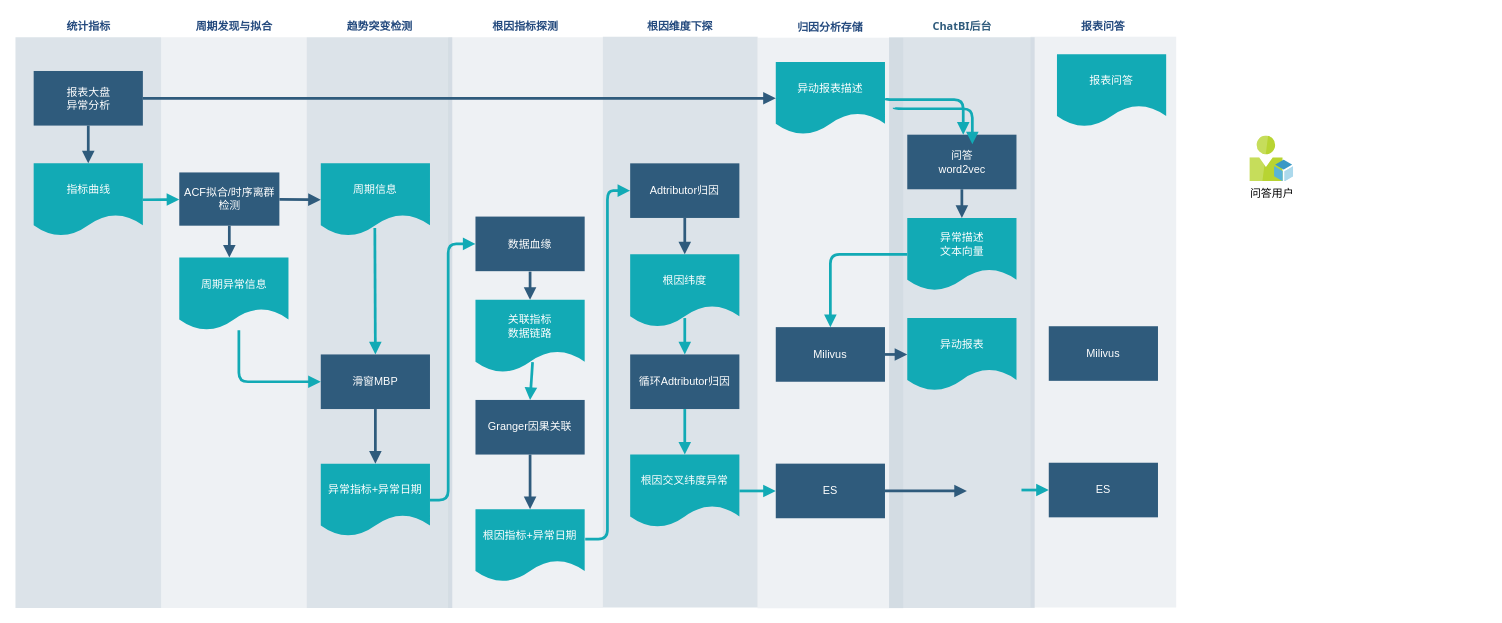
This is try.drawio from DeeeFOX/webcrawler, a draw.io file, before an edit. Source tidied: cells renumbered, new cells numbered last; positions are measured from the earlier drawing's top-left corner, leaving out a move shared by most shapes. Both pictures are drawn from the tidied source at 91%, with x=0, y=0 at pixel (15, 15).
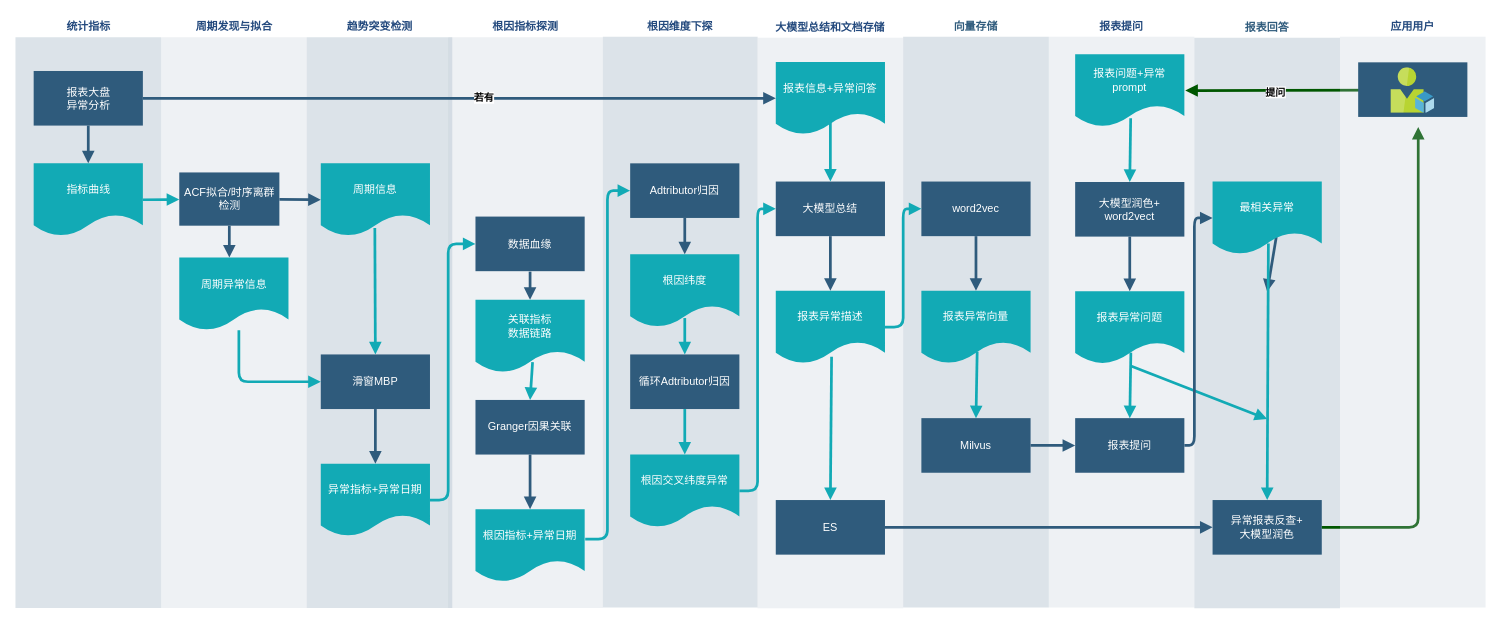
Above is the later version.

Unchanged cells that the change refers to:
```xml
<mxCell id="3" value="报表大盘&lt;div&gt;异常分析&lt;/div&gt;" style="whiteSpace=wrap;shadow=0;fontColor=#FFFFFF;fontFamily=Helvetica;fontStyle=0;html=1;fontSize=12;plain-purple;strokeColor=none;fillColor=#2f5b7c;gradientColor=none;spacing=6;verticalAlign=middle;" parent="2" vertex="1">
  <mxGeometry x="20" y="60" width="120" height="60" as="geometry" />
</mxCell>
<mxCell id="4" value="指标曲线" style="shape=document;whiteSpace=wrap;verticalAlign=middle;strokeColor=none;fillColor=#12aab5;shadow=0;fontColor=#FFFFFF;fontFamily=Helvetica;fontStyle=0;html=1;fontSize=12;spacing=6;spacingBottom=22;" parent="2" vertex="1">
  <mxGeometry x="20" y="161.5" width="120" height="80" as="geometry" />
</mxCell>
<mxCell id="13" value="根因交叉纬度异常" style="shape=document;whiteSpace=wrap;strokeColor=none;fillColor=#12aab5;shadow=0;fontColor=#FFFFFF;fontFamily=Helvetica;fontStyle=0;html=1;fontSize=12;verticalAlign=middle;spacing=6;spacingBottom=22;" parent="10" vertex="1">
  <mxGeometry x="30" y="482" width="120" height="80" as="geometry" />
</mxCell>
<mxCell id="19" value="ACF拟合/时序离群检测" style="whiteSpace=wrap;shadow=0;fontColor=#FFFFFF;fontFamily=Helvetica;fontStyle=0;html=1;fontSize=12;plain-purple;strokeColor=none;fillColor=#2f5b7c;gradientColor=none;spacing=6;verticalAlign=middle;" parent="18" vertex="1">
  <mxGeometry x="20" y="171.5" width="110" height="58.5" as="geometry" />
</mxCell>
```

Diff of the diagram source:
```diff
@@
-    <mxCell id="6" value="&lt;font color=&quot;#23497d&quot;&gt;归因分析存储&lt;/font&gt;" style="swimlane;whiteSpace=wrap;fillColor=none;swimlaneFillColor=#BAC8D3;fontColor=#2F5B7C;fontFamily=Tahoma;html=1;strokeColor=none;opacity=25;" parent="1" vertex="1">
+    <mxCell id="6" value="&lt;font color=&quot;#23497d&quot;&gt;大模型总结和文档存储&lt;/font&gt;" style="swimlane;whiteSpace=wrap;fillColor=none;swimlaneFillColor=#BAC8D3;fontColor=#2F5B7C;fontFamily=Tahoma;html=1;strokeColor=none;opacity=25;" parent="1" vertex="1">
       <mxGeometry x="816" y="1" width="160" height="650" as="geometry" />
     </mxCell>
-    <mxCell id="7" value="ES" style="whiteSpace=wrap;strokeColor=none;fillColor=#2f5b7c;shadow=0;fontColor=#FFFFFF;fontFamily=Helvetica;fontStyle=0;html=1;fontSize=12;spacing=6;verticalAlign=middle;" parent="6" vertex="1">
-      <mxGeometry x="20" y="491" width="120" height="60" as="geometry" />
-    </mxCell>
-    <mxCell id="8" value="Milivus" style="whiteSpace=wrap;strokeColor=none;fillColor=#2f5b7c;shadow=0;fontColor=#FFFFFF;fontFamily=Helvetica;fontStyle=0;html=1;fontSize=12;spacing=6;verticalAlign=middle;" parent="6" vertex="1">
-      <mxGeometry x="20" y="341" width="120" height="60" as="geometry" />
+    <mxCell id="8" value="ES" style="whiteSpace=wrap;strokeColor=none;fillColor=#2f5b7c;shadow=0;fontColor=#FFFFFF;fontFamily=Helvetica;fontStyle=0;html=1;fontSize=12;spacing=6;verticalAlign=middle;" parent="6" vertex="1">
+      <mxGeometry x="20" y="531" width="120" height="60" as="geometry" />
     </mxCell>
+    <mxCell id="37" value="大模型总结" style="whiteSpace=wrap;strokeColor=none;fillColor=#2f5b7c;shadow=0;fontColor=#FFFFFF;fontFamily=Helvetica;fontStyle=0;html=1;fontSize=12;spacing=6;verticalAlign=middle;" parent="6" vertex="1">
+      <mxGeometry x="20" y="181" width="120" height="60" as="geometry" />
+    </mxCell>
-    <mxCell id="9" value="异动报表描述" style="shape=document;whiteSpace=wrap;verticalAlign=middle;strokeColor=none;fillColor=#12aab5;shadow=0;fontColor=#FFFFFF;fontFamily=Helvetica;fontStyle=0;html=1;fontSize=12;spacing=6;spacingBottom=22;" parent="6" vertex="1">
+    <mxCell id="9" value="报表信息+异常问答" style="shape=document;whiteSpace=wrap;verticalAlign=middle;strokeColor=none;fillColor=#12aab5;shadow=0;fontColor=#FFFFFF;fontFamily=Helvetica;fontStyle=0;html=1;fontSize=12;spacing=6;spacingBottom=22;" parent="6" vertex="1">
       <mxGeometry x="20" y="49.5" width="120" height="80" as="geometry" />
     </mxCell>
+    <mxCell id="46" style="strokeColor=#12AAB5;strokeWidth=3;html=1;endArrow=block;endFill=1;" parent="6" edge="1" target="37">
+      <mxGeometry x="124.5" y="89.5" as="geometry">
+        <mxPoint x="80" y="111" as="sourcePoint" />
+      </mxGeometry>
+    </mxCell>
+    <mxCell id="39" value="报表异常描述" style="shape=document;whiteSpace=wrap;verticalAlign=middle;strokeColor=none;fillColor=#12aab5;shadow=0;fontColor=#FFFFFF;fontFamily=Helvetica;fontStyle=0;html=1;fontSize=12;spacing=6;spacingBottom=22;" parent="6" vertex="1">
+      <mxGeometry x="20" y="301" width="120" height="80" as="geometry" />
+    </mxCell>
+    <mxCell id="47" style="strokeColor=#12AAB5;strokeWidth=3;html=1;endArrow=block;endFill=1;exitX=0.511;exitY=0.906;exitDx=0;exitDy=0;entryX=0.5;entryY=0;entryDx=0;entryDy=0;exitPerimeter=0;" parent="6" edge="1" source="39" target="8">
+      <mxGeometry x="124.5" y="89.5" as="geometry" />
+    </mxCell>
+    <mxCell id="38" style="edgeStyle=segmentEdgeStyle;strokeColor=#2F5B7C;strokeWidth=3;html=1;endArrow=block;endFill=1;entryX=0.5;entryY=0;entryDx=0;entryDy=0;" parent="6" edge="1" source="37" target="39">
+      <mxGeometry relative="1" as="geometry" />
+    </mxCell>
@@
-    <mxCell id="36" value="ChatBI后台" style="swimlane;whiteSpace=wrap;fillColor=none;swimlaneFillColor=#BAC8D3;fontColor=#2F5B7C;fontFamily=Tahoma;html=1;strokeColor=none;opacity=50;" parent="1" vertex="1">
-      <mxGeometry x="960.5" y="0.5" width="160" height="650" as="geometry" />
+    <mxCell id="36" value="向量存储" style="swimlane;whiteSpace=wrap;fillColor=none;swimlaneFillColor=#BAC8D3;fontColor=#2F5B7C;fontFamily=Tahoma;html=1;strokeColor=none;opacity=50;" parent="1" vertex="1">
+      <mxGeometry x="976" width="160" height="650" as="geometry" />
     </mxCell>
-    <mxCell id="37" value="问答&lt;div&gt;word2vec&lt;/div&gt;" style="whiteSpace=wrap;strokeColor=none;fillColor=#2f5b7c;shadow=0;fontColor=#FFFFFF;fontFamily=Helvetica;fontStyle=0;html=1;fontSize=12;spacing=6;verticalAlign=middle;" parent="36" vertex="1">
-      <mxGeometry x="20" y="130" width="120" height="60" as="geometry" />
-    </mxCell>
-    <mxCell id="38" style="edgeStyle=segmentEdgeStyle;strokeColor=#2F5B7C;strokeWidth=3;html=1;endArrow=block;endFill=1;entryX=0.5;entryY=0;entryDx=0;entryDy=0;" parent="36" edge="1" source="37" target="39">
-      <mxGeometry relative="1" as="geometry" />
-    </mxCell>
-    <mxCell id="39" value="异常描述&lt;div&gt;文本向量&lt;/div&gt;" style="shape=document;whiteSpace=wrap;verticalAlign=middle;strokeColor=none;fillColor=#12aab5;shadow=0;fontColor=#FFFFFF;fontFamily=Helvetica;fontStyle=0;html=1;fontSize=12;spacing=6;spacingBottom=22;" parent="36" vertex="1">
-      <mxGeometry x="20" y="221.5" width="120" height="80" as="geometry" />
-    </mxCell>
-    <mxCell id="40" value="异动报表" style="shape=document;whiteSpace=wrap;verticalAlign=middle;strokeColor=none;fillColor=#12aab5;shadow=0;fontColor=#FFFFFF;fontFamily=Helvetica;fontStyle=0;html=1;fontSize=12;spacing=6;spacingBottom=22;" parent="36" vertex="1">
-      <mxGeometry x="20" y="331.5" width="120" height="80" as="geometry" />
-    </mxCell>
+    <mxCell id="52" value="word2vec" style="whiteSpace=wrap;strokeColor=none;fillColor=#2f5b7c;shadow=0;fontColor=#FFFFFF;fontFamily=Helvetica;fontStyle=0;html=1;fontSize=12;spacing=6;verticalAlign=middle;" parent="36" vertex="1">
+      <mxGeometry x="20" y="182" width="120" height="60" as="geometry" />
+    </mxCell>
+    <mxCell id="59" value="报表异常向量" style="shape=document;whiteSpace=wrap;verticalAlign=middle;strokeColor=none;fillColor=#12aab5;shadow=0;fontColor=#FFFFFF;fontFamily=Helvetica;fontStyle=0;html=1;fontSize=12;spacing=6;spacingBottom=22;" parent="36" vertex="1">
+      <mxGeometry x="20" y="302" width="120" height="80" as="geometry" />
+    </mxCell>
+    <mxCell id="60" style="strokeColor=#2F5B7C;strokeWidth=3;html=1;endArrow=block;endFill=1;entryX=0.5;entryY=0;entryDx=0;entryDy=0;exitX=0.5;exitY=1;exitDx=0;exitDy=0;" parent="36" edge="1" source="52" target="59">
+      <mxGeometry relative="1" as="geometry" />
+    </mxCell>
+    <mxCell id="61" value="Milvus" style="whiteSpace=wrap;strokeColor=none;fillColor=#2f5b7c;shadow=0;fontColor=#FFFFFF;fontFamily=Helvetica;fontStyle=0;html=1;fontSize=12;spacing=6;verticalAlign=middle;" parent="36" vertex="1">
+      <mxGeometry x="20" y="442" width="120" height="60" as="geometry" />
+    </mxCell>
+    <mxCell id="62" style="strokeColor=#12AAB5;strokeWidth=3;html=1;endArrow=block;endFill=1;exitX=0.511;exitY=0.836;exitDx=0;exitDy=0;entryX=0.5;entryY=0;entryDx=0;entryDy=0;exitPerimeter=0;" parent="36" edge="1" source="59" target="61">
+      <mxGeometry x="-875.5" y="1.5" as="geometry" />
+    </mxCell>
@@
-    <mxCell id="45" style="strokeColor=#12AAB5;strokeWidth=3;html=1;endArrow=block;endFill=1;exitX=1;exitY=0.5;exitDx=0;exitDy=0;entryX=0;entryY=0.5;entryDx=0;entryDy=0;" parent="1" edge="1" source="13" target="7">
+    <mxCell id="45" style="strokeColor=#12AAB5;strokeWidth=3;html=1;endArrow=block;endFill=1;exitX=1;exitY=0.5;exitDx=0;exitDy=0;entryX=0;entryY=0.5;entryDx=0;entryDy=0;edgeStyle=orthogonalEdgeStyle;" parent="1" edge="1" source="13" target="37">
       <mxGeometry x="964.5" y="178.5" as="geometry" />
     </mxCell>
-    <mxCell id="46" style="edgeStyle=segmentEdgeStyle;strokeColor=#12AAB5;strokeWidth=3;html=1;endArrow=block;endFill=1;exitX=1;exitY=0.5;exitDx=0;exitDy=0;" parent="1" edge="1" source="9" target="37">
-      <mxGeometry x="964.5" y="178.5" as="geometry">
-        <Array as="points">
-          <mxPoint x="956" y="92" />
-          <mxPoint x="1042" y="92" />
-        </Array>
-      </mxGeometry>
-    </mxCell>
-    <mxCell id="47" style="strokeColor=#12AAB5;strokeWidth=3;html=1;endArrow=block;endFill=1;exitX=0;exitY=0.5;exitDx=0;exitDy=0;entryX=0.5;entryY=0;entryDx=0;entryDy=0;edgeStyle=orthogonalEdgeStyle;" parent="1" edge="1" source="39" target="8">
-      <mxGeometry x="964.5" y="178.5" as="geometry" />
-    </mxCell>
-    <mxCell id="48" style="strokeColor=#2F5B7C;strokeWidth=3;html=1;endArrow=block;endFill=1;exitX=1;exitY=0.5;exitDx=0;exitDy=0;" parent="1" edge="1" source="7">
-      <mxGeometry x="-355.5" y="131.5" as="geometry">
-        <mxPoint x="1046" y="522" as="targetPoint" />
-      </mxGeometry>
-    </mxCell>
-    <mxCell id="49" style="strokeColor=#2F5B7C;strokeWidth=3;html=1;endArrow=block;endFill=1;exitX=1;exitY=0.5;exitDx=0;exitDy=0;entryX=0;entryY=0.5;entryDx=0;entryDy=0;" parent="1" edge="1" source="8" target="40">
-      <mxGeometry x="-355.5" y="131.5" as="geometry" />
-    </mxCell>
-    <mxCell id="50" value="&lt;font color=&quot;#23497d&quot;&gt;报表问答&lt;/font&gt;" style="swimlane;whiteSpace=wrap;fillColor=none;swimlaneFillColor=#BAC8D3;fontColor=#2F5B7C;fontFamily=Tahoma;html=1;strokeColor=none;opacity=25;" parent="1" vertex="1">
-      <mxGeometry x="1116" width="160" height="650" as="geometry" />
+    <mxCell id="50" value="&lt;font color=&quot;#23497d&quot;&gt;报表提问&lt;/font&gt;" style="swimlane;whiteSpace=wrap;fillColor=none;swimlaneFillColor=#BAC8D3;fontColor=#2F5B7C;fontFamily=Tahoma;html=1;strokeColor=none;opacity=25;" parent="1" vertex="1">
+      <mxGeometry x="1136" width="160" height="650" as="geometry" />
     </mxCell>
-    <mxCell id="51" value="ES" style="whiteSpace=wrap;strokeColor=none;fillColor=#2f5b7c;shadow=0;fontColor=#FFFFFF;fontFamily=Helvetica;fontStyle=0;html=1;fontSize=12;spacing=6;verticalAlign=middle;" parent="50" vertex="1">
-      <mxGeometry x="20" y="491" width="120" height="60" as="geometry" />
-    </mxCell>
-    <mxCell id="52" value="Milivus" style="whiteSpace=wrap;strokeColor=none;fillColor=#2f5b7c;shadow=0;fontColor=#FFFFFF;fontFamily=Helvetica;fontStyle=0;html=1;fontSize=12;spacing=6;verticalAlign=middle;" parent="50" vertex="1">
-      <mxGeometry x="20" y="341" width="120" height="60" as="geometry" />
-    </mxCell>
-    <mxCell id="53" value="报表问答" style="shape=document;whiteSpace=wrap;verticalAlign=middle;strokeColor=none;fillColor=#12aab5;shadow=0;fontColor=#FFFFFF;fontFamily=Helvetica;fontStyle=0;html=1;fontSize=12;spacing=6;spacingBottom=22;" parent="50" vertex="1">
+    <mxCell id="53" value="报表问题+异常prompt" style="shape=document;whiteSpace=wrap;verticalAlign=middle;strokeColor=none;fillColor=#12aab5;shadow=0;fontColor=#FFFFFF;fontFamily=Helvetica;fontStyle=0;html=1;fontSize=12;spacing=6;spacingBottom=22;" parent="50" vertex="1">
       <mxGeometry x="29" y="42" width="120" height="80" as="geometry" />
     </mxCell>
-    <mxCell id="54" style="strokeColor=#12AAB5;strokeWidth=3;html=1;endArrow=block;endFill=1;exitX=1;exitY=0.5;exitDx=0;exitDy=0;entryX=0;entryY=0.5;entryDx=0;entryDy=0;" parent="1" edge="1" target="51">
-      <mxGeometry x="964.5" y="178.5" as="geometry">
-        <mxPoint x="1106" y="521" as="sourcePoint" />
-      </mxGeometry>
-    </mxCell>
+    <mxCell id="63" value="大模型润色+&lt;div&gt;word2vect&lt;/div&gt;" style="whiteSpace=wrap;strokeColor=none;fillColor=#2f5b7c;shadow=0;fontColor=#FFFFFF;fontFamily=Helvetica;fontStyle=0;html=1;fontSize=12;spacing=6;verticalAlign=middle;" parent="50" vertex="1">
+      <mxGeometry x="29" y="182.5" width="120" height="60" as="geometry" />
+    </mxCell>
+    <mxCell id="64" value="报表异常问题" style="shape=document;whiteSpace=wrap;verticalAlign=middle;strokeColor=none;fillColor=#12aab5;shadow=0;fontColor=#FFFFFF;fontFamily=Helvetica;fontStyle=0;html=1;fontSize=12;spacing=6;spacingBottom=22;" parent="50" vertex="1">
+      <mxGeometry x="29" y="302.5" width="120" height="80" as="geometry" />
+    </mxCell>
+    <mxCell id="65" style="strokeColor=#2F5B7C;strokeWidth=3;html=1;endArrow=block;endFill=1;entryX=0.5;entryY=0;entryDx=0;entryDy=0;exitX=0.5;exitY=1;exitDx=0;exitDy=0;" parent="50" edge="1" source="63" target="64">
+      <mxGeometry relative="1" as="geometry" />
+    </mxCell>
+    <mxCell id="66" value="报表提问" style="whiteSpace=wrap;strokeColor=none;fillColor=#2f5b7c;shadow=0;fontColor=#FFFFFF;fontFamily=Helvetica;fontStyle=0;html=1;fontSize=12;spacing=6;verticalAlign=middle;" parent="50" vertex="1">
+      <mxGeometry x="29" y="442" width="120" height="60" as="geometry" />
+    </mxCell>
+    <mxCell id="67" style="strokeColor=#12AAB5;strokeWidth=3;html=1;endArrow=block;endFill=1;exitX=0.51;exitY=0.844;exitDx=0;exitDy=0;entryX=0.5;entryY=0;entryDx=0;entryDy=0;exitPerimeter=0;" parent="50" edge="1" source="64" target="66">
+      <mxGeometry x="-2035.5" y="-86.5" as="geometry" />
+    </mxCell>
+    <mxCell id="57" style="strokeColor=#2F5B7C;strokeWidth=3;html=1;endArrow=block;endFill=1;entryX=0;entryY=0.5;entryDx=0;entryDy=0;" parent="1" edge="1" source="3" target="9">
+      <mxGeometry x="324.5" y="283.5" as="geometry" />
+    </mxCell>
+    <mxCell id="68" value="&lt;b&gt;若有&lt;/b&gt;" style="edgeLabel;html=1;align=center;verticalAlign=middle;" parent="57" vertex="1">
+      <mxGeometry relative="1" as="geometry">
+        <mxPoint x="26" y="-1" as="offset" />
+      </mxGeometry>
+    </mxCell>
+    <mxCell id="58" style="strokeColor=#12AAB5;strokeWidth=3;html=1;endArrow=block;endFill=1;exitX=1;exitY=0.5;exitDx=0;exitDy=0;" parent="1" edge="1" source="4" target="19">
+      <mxGeometry relative="1" as="geometry" />
+    </mxCell>
+    <mxCell id="69" style="strokeColor=#12AAB5;strokeWidth=3;html=1;endArrow=block;endFill=1;exitX=1;exitY=0.5;exitDx=0;exitDy=0;entryX=0;entryY=0.5;entryDx=0;entryDy=0;edgeStyle=orthogonalEdgeStyle;" parent="1" edge="1" source="39" target="52">
+      <mxGeometry x="124.5" y="89.5" as="geometry" />
+    </mxCell>
+    <mxCell id="70" style="strokeColor=#12AAB5;strokeWidth=3;html=1;endArrow=block;endFill=1;entryX=0.5;entryY=0;entryDx=0;entryDy=0;" parent="1" edge="1" target="63">
+      <mxGeometry x="124.5" y="89.5" as="geometry">
+        <mxPoint x="1226" y="112.5" as="sourcePoint" />
+      </mxGeometry>
+    </mxCell>
+    <mxCell id="71" value="报表回答" style="swimlane;whiteSpace=wrap;fillColor=none;swimlaneFillColor=#BAC8D3;fontColor=#2F5B7C;fontFamily=Tahoma;html=1;strokeColor=none;opacity=50;" parent="1" vertex="1">
+      <mxGeometry x="1296" y="1" width="160" height="650" as="geometry" />
+    </mxCell>
+    <mxCell id="72" style="strokeColor=#2F5B7C;strokeWidth=3;html=1;endArrow=block;endFill=1;entryX=0.5;entryY=0;entryDx=0;entryDy=0;exitX=0.5;exitY=1;exitDx=0;exitDy=0;" parent="71" edge="1">
+      <mxGeometry relative="1" as="geometry">
+        <mxPoint x="90" y="242" as="sourcePoint" />
+        <mxPoint x="80" y="302" as="targetPoint" />
+      </mxGeometry>
+    </mxCell>
+    <mxCell id="73" style="strokeColor=#12AAB5;strokeWidth=3;html=1;endArrow=block;endFill=1;exitX=0.511;exitY=0.836;exitDx=0;exitDy=0;entryX=0.5;entryY=0;entryDx=0;entryDy=0;exitPerimeter=0;" parent="71" edge="1">
+      <mxGeometry x="-875.5" y="1.5" as="geometry">
+        <mxPoint x="-69" y="384" as="sourcePoint" />
+        <mxPoint x="80" y="442" as="targetPoint" />
+      </mxGeometry>
+    </mxCell>
+    <mxCell id="74" value="最相关异常" style="shape=document;whiteSpace=wrap;verticalAlign=middle;strokeColor=none;fillColor=#12aab5;shadow=0;fontColor=#FFFFFF;fontFamily=Helvetica;fontStyle=0;html=1;fontSize=12;spacing=6;spacingBottom=22;" parent="71" vertex="1">
+      <mxGeometry x="20" y="181" width="120" height="80" as="geometry" />
+    </mxCell>
+    <mxCell id="75" value="异常报表反查+&lt;div&gt;大模型润色&lt;/div&gt;" style="whiteSpace=wrap;strokeColor=none;fillColor=#2f5b7c;shadow=0;fontColor=#FFFFFF;fontFamily=Helvetica;fontStyle=0;html=1;fontSize=12;spacing=6;verticalAlign=middle;" parent="71" vertex="1">
+      <mxGeometry x="20" y="531" width="120" height="60" as="geometry" />
+    </mxCell>
+    <mxCell id="76" style="strokeColor=#12AAB5;strokeWidth=3;html=1;endArrow=block;endFill=1;entryX=0.5;entryY=0;entryDx=0;entryDy=0;exitX=0.511;exitY=0.85;exitDx=0;exitDy=0;exitPerimeter=0;" parent="71" edge="1" source="74" target="75">
+      <mxGeometry x="-1195.5" y="0.5" as="geometry" />
+    </mxCell>
+    <mxCell id="77" style="strokeColor=#2F5B7C;strokeWidth=3;html=1;endArrow=block;endFill=1;exitX=1;exitY=0.5;exitDx=0;exitDy=0;" parent="1" edge="1" source="61" target="66">
+      <mxGeometry relative="1" as="geometry" />
+    </mxCell>
+    <mxCell id="78" style="strokeColor=#2F5B7C;strokeWidth=3;html=1;endArrow=block;endFill=1;entryX=0;entryY=0.5;entryDx=0;entryDy=0;exitX=1;exitY=0.5;exitDx=0;exitDy=0;edgeStyle=orthogonalEdgeStyle;" parent="1" edge="1" source="66" target="74">
+      <mxGeometry relative="1" as="geometry">
+        <Array as="points">
+          <mxPoint x="1296" y="472" />
+          <mxPoint x="1296" y="222" />
+        </Array>
+      </mxGeometry>
+    </mxCell>
+    <mxCell id="79" style="strokeColor=#2F5B7C;strokeWidth=3;html=1;endArrow=block;endFill=1;exitX=1;exitY=0.5;exitDx=0;exitDy=0;entryX=0;entryY=0.5;entryDx=0;entryDy=0;" parent="1" edge="1" source="8" target="75">
+      <mxGeometry relative="1" as="geometry" />
+    </mxCell>
+    <mxCell id="80" style="strokeColor=#005700;strokeWidth=3;html=1;endArrow=block;endFill=1;exitX=-0.019;exitY=0.493;exitDx=0;exitDy=0;exitPerimeter=0;fillColor=#008a00;" parent="1" edge="1" source="55">
+      <mxGeometry x="-1195.5" y="0.5" as="geometry">
+        <mxPoint x="1286" y="82" as="targetPoint" />
+      </mxGeometry>
+    </mxCell>
+    <mxCell id="81" value="&lt;b&gt;提问&lt;/b&gt;" style="edgeLabel;html=1;align=center;verticalAlign=middle;" parent="80" vertex="1">
+      <mxGeometry relative="1" as="geometry">
+        <mxPoint x="-14" y="2" as="offset" />
+      </mxGeometry>
+    </mxCell>
+    <mxCell id="82" style="strokeColor=#005700;strokeWidth=3;html=1;endArrow=block;endFill=1;exitX=1;exitY=0.5;exitDx=0;exitDy=0;entryX=0.625;entryY=1.3;entryDx=0;entryDy=0;entryPerimeter=0;edgeStyle=orthogonalEdgeStyle;fillColor=#008a00;" parent="1" edge="1" source="75" target="55">
+      <mxGeometry relative="1" as="geometry" />
+    </mxCell>
+    <mxCell id="83" value="&lt;font color=&quot;#23497d&quot;&gt;应用用户&lt;/font&gt;" style="swimlane;whiteSpace=wrap;fillColor=none;swimlaneFillColor=#BAC8D3;fontColor=#2F5B7C;fontFamily=Tahoma;html=1;strokeColor=none;opacity=25;" parent="1" vertex="1">
+      <mxGeometry x="1456" width="160" height="650" as="geometry" />
+    </mxCell>
+    <mxCell id="84" style="whiteSpace=wrap;strokeColor=none;fillColor=#2f5b7c;shadow=0;fontColor=#FFFFFF;fontFamily=Helvetica;fontStyle=0;html=1;fontSize=12;spacing=6;verticalAlign=middle;" parent="83" vertex="1">
+      <mxGeometry x="20" y="51" width="120" height="60" as="geometry" />
+    </mxCell>
-    <mxCell id="55" value="问答用户" style="image;sketch=0;html=1;points=[];align=center;fontSize=12;image=img/lib/mscae/User_Resource.svg;" parent="1" vertex="1">
-      <mxGeometry x="1357" y="132" width="48" height="50" as="geometry" />
+    <mxCell id="55" style="image;sketch=0;html=1;points=[];align=center;fontSize=12;image=img/lib/mscae/User_Resource.svg;" parent="83" vertex="1">
+      <mxGeometry x="56" y="57" width="48" height="50" as="geometry" />
     </mxCell>
-    <mxCell id="56" style="edgeStyle=segmentEdgeStyle;strokeColor=#12AAB5;strokeWidth=3;html=1;endArrow=block;endFill=1;exitX=1;exitY=0.5;exitDx=0;exitDy=0;" parent="1" edge="1">
-      <mxGeometry x="964.5" y="178.5" as="geometry">
-        <mxPoint x="966" y="101" as="sourcePoint" />
-        <mxPoint x="1052" y="141" as="targetPoint" />
-        <Array as="points">
-          <mxPoint x="966" y="102" />
-          <mxPoint x="1052" y="102" />
-        </Array>
-      </mxGeometry>
-    </mxCell>
-    <mxCell id="57" style="strokeColor=#2F5B7C;strokeWidth=3;html=1;endArrow=block;endFill=1;entryX=0;entryY=0.5;entryDx=0;entryDy=0;" parent="1" edge="1" source="3" target="9">
-      <mxGeometry x="324.5" y="283.5" as="geometry" />
-    </mxCell>
-    <mxCell id="58" style="strokeColor=#12AAB5;strokeWidth=3;html=1;endArrow=block;endFill=1;exitX=1;exitY=0.5;exitDx=0;exitDy=0;" parent="1" edge="1" source="4" target="19">
-      <mxGeometry relative="1" as="geometry" />
-    </mxCell>
```
